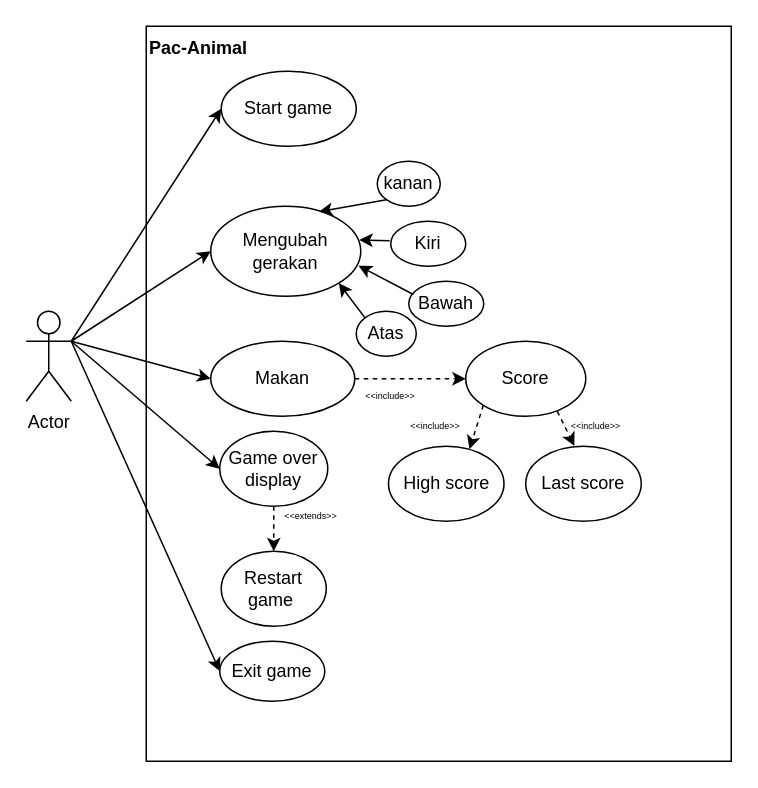
Above: page "Halaman-2" (2 of 3) of Diagram Tanpa Judul.drawio in NesyaAllysaPutri/pacbeast1 (draw.io), before the change. Source tidied: cells renumbered, new cells numbered last; positions are measured from the earlier drawing's top-left corner, leaving out a move shared by most shapes. Both pictures are drawn from the tidied source at 150%, with x=0, y=0 at pixel (26, 26).
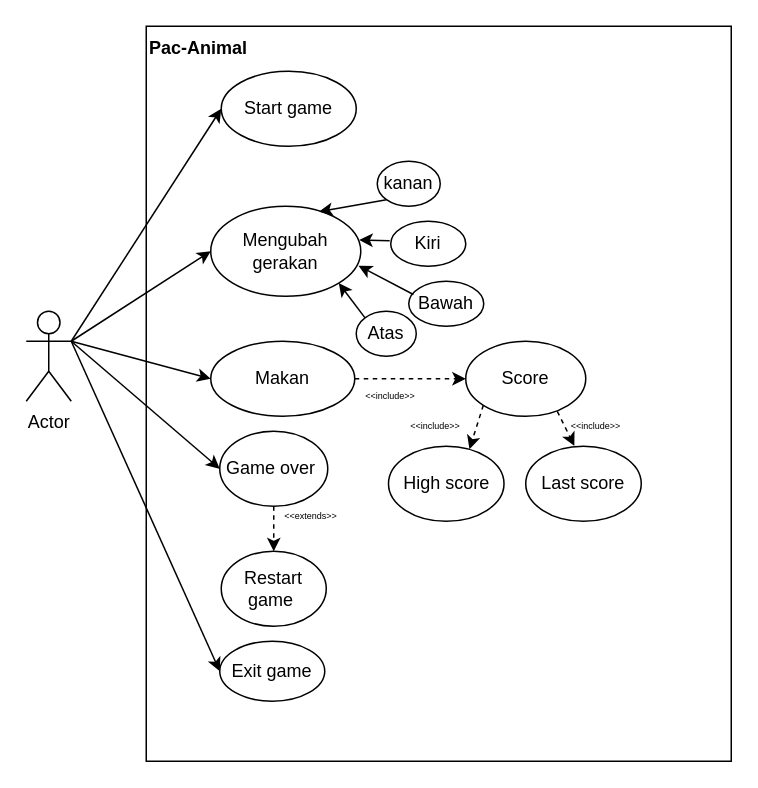
Above is the later version.

Diff of the diagram source:
```diff
@@
-    <mxCell id="24" value="Game over display" style="ellipse;whiteSpace=wrap;html=1;" parent="1" vertex="1">
+    <mxCell id="24" value="Game over&amp;nbsp;" style="ellipse;whiteSpace=wrap;html=1;" parent="1" vertex="1">
       <mxGeometry x="129" y="270" width="72" height="50" as="geometry" />
     </mxCell>
```
